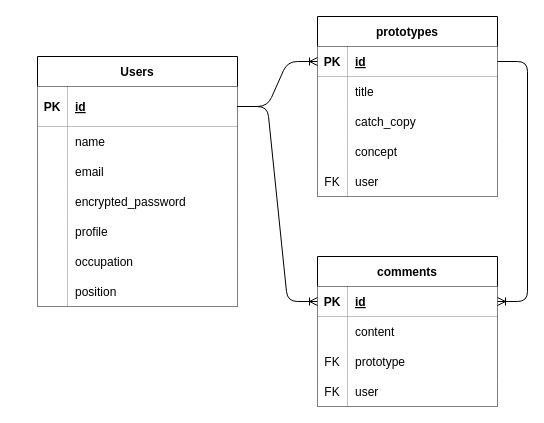
Above: ER.dio in meg1208/protospace-fukui2021-Club_Dinosaur (draw.io), before the change. Source tidied: cells renumbered, new cells numbered last; positions are measured from the earlier drawing's top-left corner, leaving out a move shared by most shapes. Both pictures are drawn from the tidied source at 100%, with x=0, y=0 at pixel (37, 16).
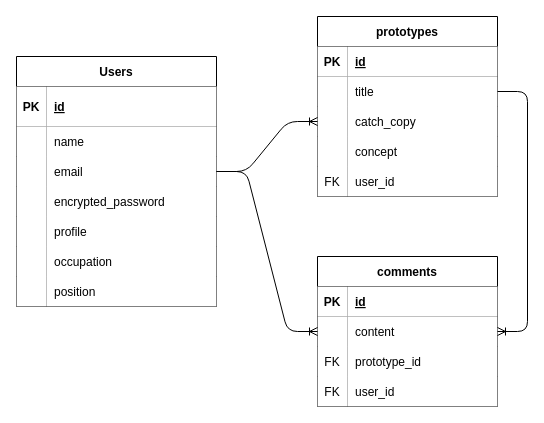
After the change.

The change refers to these unchanged cells:
```xml
<mxCell id="3" style="shape=partialRectangle;fillColor=none;top=0;left=0;bottom=1;right=0;points=[[0,0.5],[1,0.5]];portConstraint=eastwest;" parent="2" vertex="1">
  <mxGeometry y="30" width="200" height="40" as="geometry" />
</mxCell>
<mxCell id="9" style="shape=partialRectangle;fillColor=none;top=0;left=0;bottom=0;right=0;points=[[0,0.5],[1,0.5]];portConstraint=eastwest;" parent="2" vertex="1">
  <mxGeometry y="100" width="200" height="30" as="geometry" />
</mxCell>
<mxCell id="25" style="shape=partialRectangle;fillColor=none;top=0;left=0;bottom=1;right=0;points=[[0,0.5],[1,0.5]];portConstraint=eastwest;" parent="24" vertex="1">
  <mxGeometry y="30" width="180" height="30" as="geometry" />
</mxCell>
<mxCell id="28" style="shape=partialRectangle;fillColor=none;top=0;left=0;bottom=0;right=0;points=[[0,0.5],[1,0.5]];portConstraint=eastwest;" parent="24" vertex="1">
  <mxGeometry y="60" width="180" height="30" as="geometry" />
</mxCell>
<mxCell id="31" style="shape=partialRectangle;fillColor=none;top=0;left=0;bottom=0;right=0;points=[[0,0.5],[1,0.5]];portConstraint=eastwest;" parent="24" vertex="1">
  <mxGeometry y="90" width="180" height="30" as="geometry" />
</mxCell>
<mxCell id="37" style="shape=partialRectangle;fillColor=none;top=0;left=0;bottom=0;right=0;" parent="24" vertex="1">
  <mxGeometry y="150" width="180" height="30" as="geometry" />
</mxCell>
<mxCell id="41" style="shape=partialRectangle;fillColor=none;top=0;left=0;bottom=1;right=0;points=[[0,0.5],[1,0.5]];portConstraint=eastwest;" parent="40" vertex="1">
  <mxGeometry y="30" width="180" height="30" as="geometry" />
</mxCell>
<mxCell id="44" style="shape=partialRectangle;fillColor=none;top=0;left=0;bottom=0;right=0;points=[[0,0.5],[1,0.5]];portConstraint=eastwest;" parent="40" vertex="1">
  <mxGeometry y="60" width="180" height="30" as="geometry" />
</mxCell>
<mxCell id="47" style="shape=partialRectangle;fillColor=none;top=0;left=0;bottom=0;right=0;" parent="40" vertex="1">
  <mxGeometry y="90" width="180" height="30" as="geometry" />
</mxCell>
<mxCell id="50" style="shape=partialRectangle;fillColor=none;top=0;left=0;bottom=0;right=0;" parent="40" vertex="1">
  <mxGeometry y="120" width="180" height="30" as="geometry" />
</mxCell>
```

The edit, as a diff of the source:
```diff
@@
     <mxCell id="2" value="Users" style="shape=table;startSize=30;childLayout=tableLayout;rowLines=0;fontStyle=1;align=center;" parent="1" vertex="1">
-      <mxGeometry y="40" width="200" height="250" as="geometry" />
+      <mxGeometry x="-21" y="40" width="200" height="250" as="geometry" />
     </mxCell>
@@
-    <mxCell id="39" value="user" style="shape=partialRectangle;top=0;left=0;bottom=0;right=0;align=left;spacingLeft=6;fontStyle=0;overflow=hidden;" parent="37" vertex="1">
+    <mxCell id="39" value="user_id" style="shape=partialRectangle;top=0;left=0;bottom=0;right=0;align=left;spacingLeft=6;fontStyle=0;overflow=hidden;" parent="37" vertex="1">
       <mxGeometry x="30" width="150" height="30" as="geometry" />
     </mxCell>
@@
-    <mxCell id="49" value="prototype" style="shape=partialRectangle;top=0;left=0;bottom=0;right=0;align=left;spacingLeft=6;fontStyle=0;overflow=hidden;" parent="47" vertex="1">
+    <mxCell id="49" value="prototype_id" style="shape=partialRectangle;top=0;left=0;bottom=0;right=0;align=left;spacingLeft=6;fontStyle=0;overflow=hidden;" parent="47" vertex="1">
       <mxGeometry x="30" width="150" height="30" as="geometry" />
     </mxCell>
@@
-    <mxCell id="52" value="user" style="shape=partialRectangle;top=0;left=0;bottom=0;right=0;align=left;spacingLeft=6;fontStyle=0;overflow=hidden;" parent="50" vertex="1">
+    <mxCell id="52" value="user_id" style="shape=partialRectangle;top=0;left=0;bottom=0;right=0;align=left;spacingLeft=6;fontStyle=0;overflow=hidden;" parent="50" vertex="1">
       <mxGeometry x="30" width="150" height="30" as="geometry" />
     </mxCell>
-    <mxCell id="53" style="edgeStyle=entityRelationEdgeStyle;fontSize=12;html=1;endArrow=ERoneToMany;exitX=1;exitY=0.5;exitDx=0;exitDy=0;" parent="1" edge="1" source="3">
-      <mxGeometry relative="1" as="geometry">
-        <mxPoint x="280" y="45" as="targetPoint" />
-      </mxGeometry>
+    <mxCell id="53" style="edgeStyle=entityRelationEdgeStyle;fontSize=12;html=1;endArrow=ERoneToMany;exitX=1;exitY=0.5;exitDx=0;exitDy=0;entryX=0;entryY=0.5;entryDx=0;entryDy=0;" parent="1" edge="1" source="9" target="31">
+      <mxGeometry relative="1" as="geometry" />
     </mxCell>
-    <mxCell id="54" style="edgeStyle=entityRelationEdgeStyle;fontSize=12;html=1;endArrow=ERoneToMany;exitX=1;exitY=0.5;exitDx=0;exitDy=0;" parent="1" edge="1" source="25" target="41">
+    <mxCell id="54" style="edgeStyle=entityRelationEdgeStyle;fontSize=12;html=1;endArrow=ERoneToMany;exitX=1;exitY=0.5;exitDx=0;exitDy=0;entryX=1;entryY=0.5;entryDx=0;entryDy=0;" parent="1" edge="1" source="28" target="44">
       <mxGeometry relative="1" as="geometry" />
     </mxCell>
-    <mxCell id="55" style="edgeStyle=entityRelationEdgeStyle;fontSize=12;html=1;endArrow=ERoneToMany;exitX=1;exitY=0.5;exitDx=0;exitDy=0;entryX=0;entryY=0.5;entryDx=0;entryDy=0;" parent="1" edge="1" source="3" target="41">
+    <mxCell id="55" style="edgeStyle=entityRelationEdgeStyle;fontSize=12;html=1;endArrow=ERoneToMany;exitX=1;exitY=0.5;exitDx=0;exitDy=0;entryX=0;entryY=0.5;entryDx=0;entryDy=0;" parent="1" edge="1" source="9" target="44">
       <mxGeometry relative="1" as="geometry" />
     </mxCell>
```
